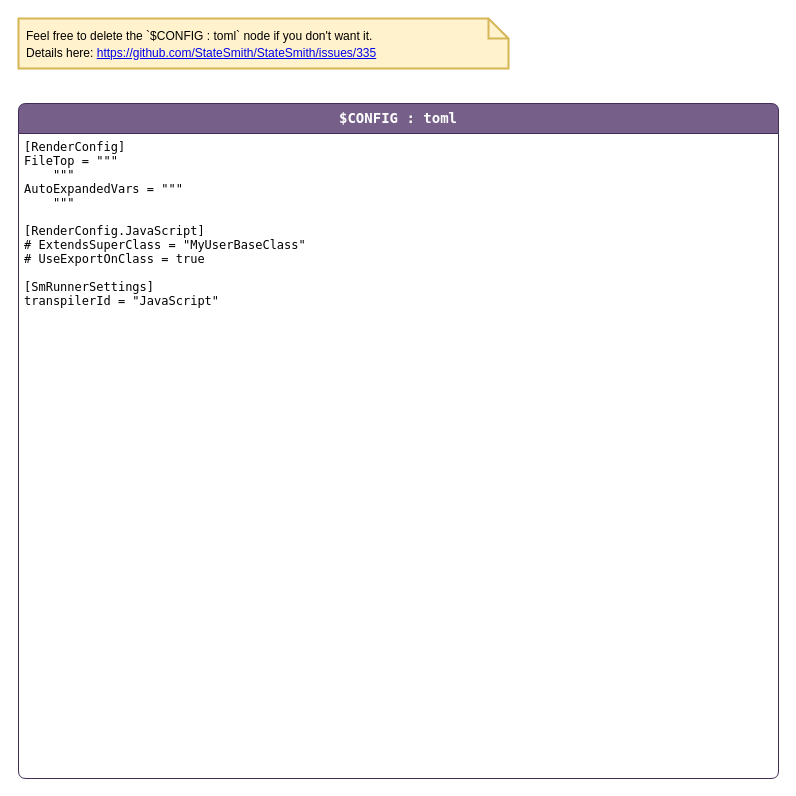
StateSmith/tutorial-4 keeps this draw.io diagram as page "config" (2 of 3) of lesson-1/MarioSm.drawio. Above is the earlier version. Source tidied: cells renumbered, new cells numbered last; positions are measured from the earlier drawing's top-left corner, leaving out a move shared by most shapes. Both pictures are drawn from the tidied source at 100%, with x=0, y=0 at pixel (18, 18).
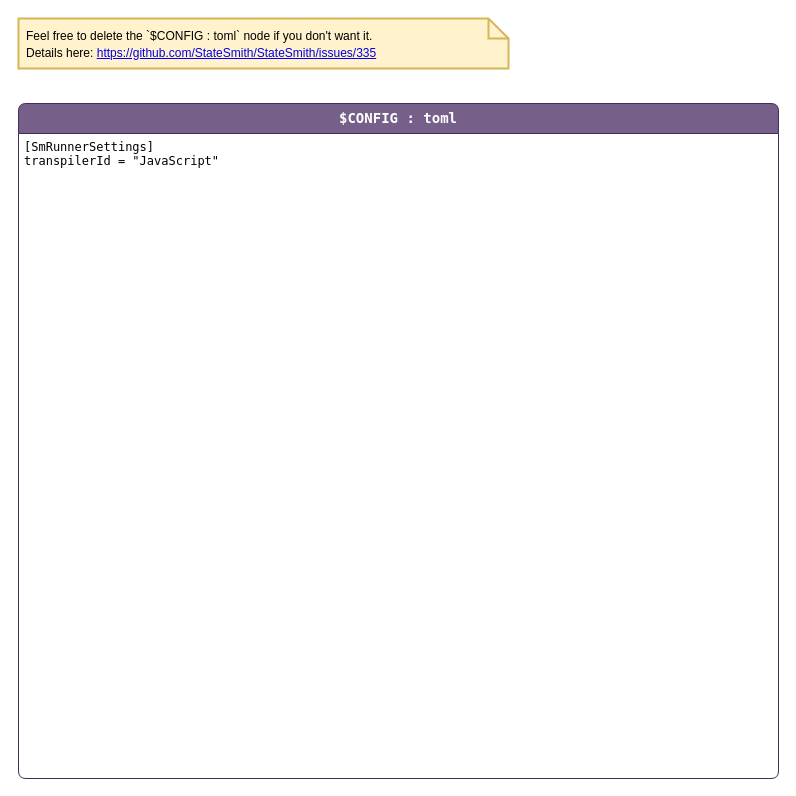
The same page after the edit.

Diff of the diagram source:
```diff
@@
 <mxGraphModel>
   <root>
     <mxCell id="0" />
     <mxCell id="1" parent="0" />
     <mxCell id="2" value="$CONFIG : toml" style="shape=swimlane;align=center;verticalAlign=top;fontFamily=Lucida Console;startSize=30;fontSize=14;fontStyle=1;swimlaneFillColor=default;rounded=1;arcSize=15;absoluteArcSize=1;fillColor=#76608a;strokeColor=#432D57;fontColor=#ffffff;" parent="1" vertex="1">
       <mxGeometry y="85" width="760" height="675" as="geometry" />
     </mxCell>
-    <mxCell id="3" value="[RenderConfig]&#10;FileTop = &quot;&quot;&quot;&#10;    &quot;&quot;&quot;&#10;AutoExpandedVars = &quot;&quot;&quot;&#10;    &quot;&quot;&quot;&#10;&#10;[RenderConfig.JavaScript]&#10;# ExtendsSuperClass = &quot;MyUserBaseClass&quot;&#10;# UseExportOnClass = true&#10;&#10;[SmRunnerSettings]&#10;transpilerId = &quot;JavaScript&quot;" style="fontFamily=Lucida Console;align=left;verticalAlign=top;fillColor=none;gradientColor=none;strokeColor=none;rounded=0;spacingLeft=4;" parent="2" vertex="1">
-      <mxGeometry y="30" width="310" height="190" as="geometry" />
+    <mxCell id="3" value="[SmRunnerSettings]&#10;transpilerId = &quot;JavaScript&quot;" style="fontFamily=Lucida Console;align=left;verticalAlign=top;fillColor=none;gradientColor=none;strokeColor=none;rounded=0;spacingLeft=4;" parent="2" vertex="1">
+      <mxGeometry y="30" width="220" height="40" as="geometry" />
     </mxCell>
     <mxCell id="4" value="&lt;span style=&quot;color: rgb(0, 0, 0); font-size: 12px;&quot;&gt;Feel free to delete the `$CONFIG : toml` node if you don't want it.&lt;/span&gt;&lt;br style=&quot;color: rgb(0, 0, 0); font-size: 12px;&quot;&gt;&lt;span style=&quot;color: rgb(0, 0, 0); font-size: 12px;&quot;&gt;Details here:&amp;nbsp;&lt;/span&gt;&lt;a style=&quot;font-size: 12px;&quot; href=&quot;https://github.com/StateSmith/StateSmith/issues/335&quot;&gt;https://github.com/StateSmith/StateSmith/issues/335&lt;/a&gt;" style="shape=note;strokeWidth=2;fontSize=14;size=20;whiteSpace=wrap;html=1;fillColor=#fff2cc;strokeColor=#d6b656;fontColor=#2B2B00;align=left;spacingLeft=6;" parent="1" vertex="1">
       <mxGeometry width="490" height="50" as="geometry" />
     </mxCell>
   </root>
 </mxGraphModel>
```
